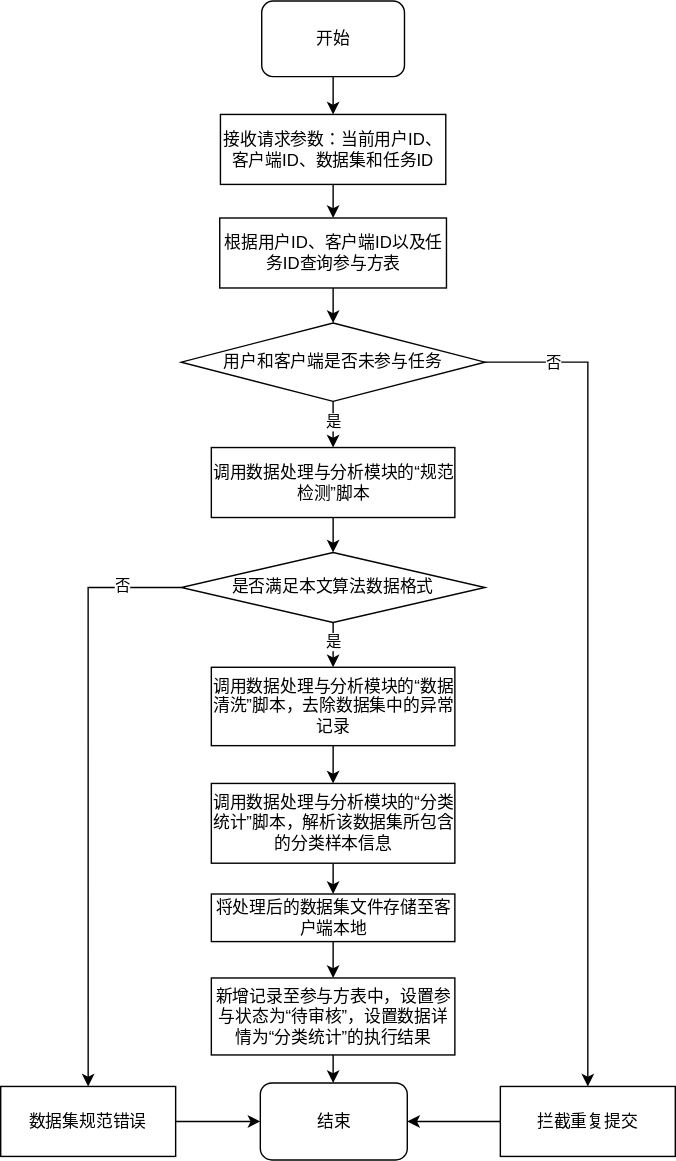
Before: 任务参与申请流程图.svg, a diagram exported from draw.io (hiro942/drawio). Source tidied: cells renumbered, new cells last; positions are measured from the earlier drawing's top-left corner, leaving out a move shared by most shapes.
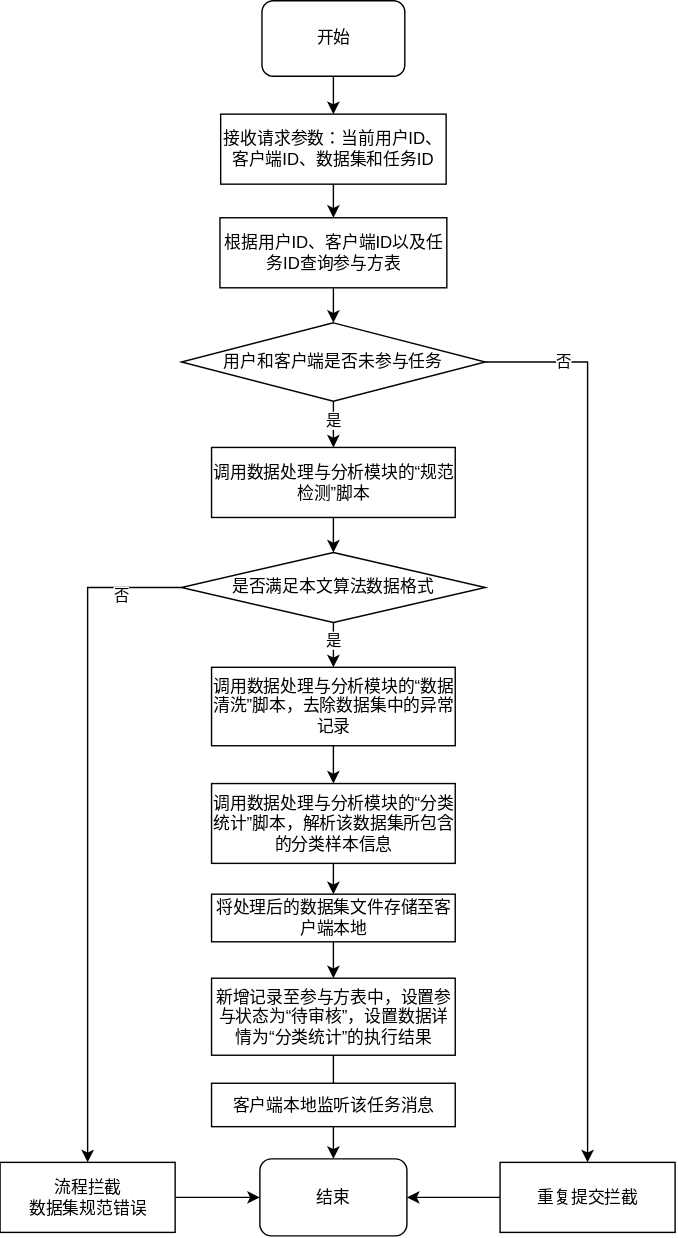
The same diagram one commit later.

Commit message:
更新任务参与申请流程图.svg

What changed in the source:
```diff
@@ -6,7 +6,7 @@
       <mxGeometry x="186.5" width="102" height="54" as="geometry" />
     </mxCell>
     <mxCell id="3" value="结束" style="rounded=1;whiteSpace=wrap;html=1;" parent="1" vertex="1">
-      <mxGeometry x="185.5" y="773" width="105" height="55" as="geometry" />
+      <mxGeometry x="185" y="827" width="105" height="55" as="geometry" />
     </mxCell>
     <mxCell id="4" style="edgeStyle=orthogonalEdgeStyle;rounded=0;jettySize=auto;html=1;entryX=0.5;entryY=0;entryDx=0;entryDy=0;" parent="1" edge="1" source="5" target="7">
       <mxGeometry relative="1" as="geometry" />
@@ -34,8 +34,8 @@
     <mxCell id="11" style="edgeStyle=orthogonalEdgeStyle;rounded=0;jettySize=auto;html=1;entryX=1;entryY=0.5;entryDx=0;entryDy=0;" parent="1" edge="1" source="12" target="3">
       <mxGeometry relative="1" as="geometry" />
     </mxCell>
-    <mxCell id="12" value="拦截重复提交" style="rounded=0;whiteSpace=wrap;html=1;" parent="1" vertex="1">
-      <mxGeometry x="357" y="775.5" width="125" height="50" as="geometry" />
+    <mxCell id="12" value="&lt;div&gt;重复提交拦截&lt;/div&gt;" style="rounded=0;whiteSpace=wrap;html=1;" parent="1" vertex="1">
+      <mxGeometry x="356.5" y="829.5" width="125" height="50" as="geometry" />
     </mxCell>
     <mxCell id="13" style="edgeStyle=orthogonalEdgeStyle;rounded=0;jettySize=auto;html=1;entryX=0.5;entryY=0;entryDx=0;entryDy=0;exitX=0.5;exitY=1;exitDx=0;exitDy=0;" parent="1" edge="1" source="10" target="16">
       <mxGeometry relative="1" as="geometry" />
@@ -82,8 +82,8 @@
     <mxCell id="25" style="edgeStyle=orthogonalEdgeStyle;rounded=0;jettySize=auto;html=1;entryX=0;entryY=0.5;entryDx=0;entryDy=0;" parent="1" edge="1" source="26" target="3">
       <mxGeometry relative="1" as="geometry" />
     </mxCell>
-    <mxCell id="26" value="数据集规范错误" style="rounded=0;whiteSpace=wrap;html=1;" parent="1" vertex="1">
-      <mxGeometry y="775.5" width="125" height="50" as="geometry" />
+    <mxCell id="26" value="&lt;div&gt;流程拦截&lt;/div&gt;数据集规范错误" style="rounded=0;whiteSpace=wrap;html=1;" parent="1" vertex="1">
+      <mxGeometry x="-0.5" y="829.5" width="125" height="50" as="geometry" />
     </mxCell>
     <mxCell id="27" style="edgeStyle=orthogonalEdgeStyle;rounded=0;jettySize=auto;html=1;entryX=0.5;entryY=0;entryDx=0;entryDy=0;" parent="1" edge="1" source="28" target="32">
       <mxGeometry relative="1" as="geometry" />
@@ -103,5 +103,8 @@
     <mxCell id="32" value="&lt;div&gt;&lt;div class=&quot;old-record-id-LYtkdE1FtoSKePxL3vwcexsDnGe&quot;&gt;将处理后的数据集文件存储至客户端本地&lt;/div&gt;&lt;/div&gt;&lt;span class=&quot;lark-record-clipboard&quot; data-lark-record-data=&quot;{&amp;quot;rootId&amp;quot;:&amp;quot;FCLBd7RBto6u3Fx47O4cMPaInDf&amp;quot;,&amp;quot;text&amp;quot;:{&amp;quot;initialAttributedTexts&amp;quot;:{&amp;quot;text&amp;quot;:{&amp;quot;0&amp;quot;:&amp;quot;数据处理与分析模块的“分类统计”脚本，解析出该数据集所包含的分类样本信息，并将分类统计的结果更新至该参与方表记录中。&amp;quot;},&amp;quot;attribs&amp;quot;:{&amp;quot;0&amp;quot;:&amp;quot;*0+1m&amp;quot;}},&amp;quot;apool&amp;quot;:{&amp;quot;numToAttrib&amp;quot;:{&amp;quot;0&amp;quot;:[&amp;quot;author&amp;quot;,&amp;quot;7052668583788167170&amp;quot;]},&amp;quot;nextNum&amp;quot;:1}},&amp;quot;type&amp;quot;:&amp;quot;text&amp;quot;,&amp;quot;referenceRecordMap&amp;quot;:{},&amp;quot;extra&amp;quot;:{&amp;quot;mention_page_title&amp;quot;:{},&amp;quot;external_mention_url&amp;quot;:{}},&amp;quot;isKeepQuoteContainer&amp;quot;:false,&amp;quot;isFromCode&amp;quot;:false,&amp;quot;selection&amp;quot;:[{&amp;quot;id&amp;quot;:656,&amp;quot;type&amp;quot;:&amp;quot;text&amp;quot;,&amp;quot;selection&amp;quot;:{&amp;quot;start&amp;quot;:2,&amp;quot;end&amp;quot;:60},&amp;quot;recordId&amp;quot;:&amp;quot;LYtkdE1FtoSKePxL3vwcexsDnGe&amp;quot;}],&amp;quot;payloadMap&amp;quot;:{},&amp;quot;isCut&amp;quot;:false}&quot;&gt;&lt;/span&gt;" style="rounded=0;whiteSpace=wrap;html=1;" parent="1" vertex="1">
       <mxGeometry x="150.5" y="638" width="174" height="34" as="geometry" />
     </mxCell>
+    <mxCell id="33" value="&lt;div&gt;&lt;div class=&quot;old-record-id-LYtkdE1FtoSKePxL3vwcexsDnGe&quot;&gt;客户端本地监听该任务消息&lt;/div&gt;&lt;/div&gt;&lt;span class=&quot;lark-record-clipboard&quot; data-lark-record-data=&quot;{&amp;quot;rootId&amp;quot;:&amp;quot;FCLBd7RBto6u3Fx47O4cMPaInDf&amp;quot;,&amp;quot;text&amp;quot;:{&amp;quot;initialAttributedTexts&amp;quot;:{&amp;quot;text&amp;quot;:{&amp;quot;0&amp;quot;:&amp;quot;数据处理与分析模块的“分类统计”脚本，解析出该数据集所包含的分类样本信息，并将分类统计的结果更新至该参与方表记录中。&amp;quot;},&amp;quot;attribs&amp;quot;:{&amp;quot;0&amp;quot;:&amp;quot;*0+1m&amp;quot;}},&amp;quot;apool&amp;quot;:{&amp;quot;numToAttrib&amp;quot;:{&amp;quot;0&amp;quot;:[&amp;quot;author&amp;quot;,&amp;quot;7052668583788167170&amp;quot;]},&amp;quot;nextNum&amp;quot;:1}},&amp;quot;type&amp;quot;:&amp;quot;text&amp;quot;,&amp;quot;referenceRecordMap&amp;quot;:{},&amp;quot;extra&amp;quot;:{&amp;quot;mention_page_title&amp;quot;:{},&amp;quot;external_mention_url&amp;quot;:{}},&amp;quot;isKeepQuoteContainer&amp;quot;:false,&amp;quot;isFromCode&amp;quot;:false,&amp;quot;selection&amp;quot;:[{&amp;quot;id&amp;quot;:656,&amp;quot;type&amp;quot;:&amp;quot;text&amp;quot;,&amp;quot;selection&amp;quot;:{&amp;quot;start&amp;quot;:2,&amp;quot;end&amp;quot;:60},&amp;quot;recordId&amp;quot;:&amp;quot;LYtkdE1FtoSKePxL3vwcexsDnGe&amp;quot;}],&amp;quot;payloadMap&amp;quot;:{},&amp;quot;isCut&amp;quot;:false}&quot;&gt;&lt;/span&gt;" style="rounded=0;whiteSpace=wrap;html=1;" parent="1" vertex="1">
+      <mxGeometry x="150.5" y="773" width="174" height="31" as="geometry" />
+    </mxCell>
   </root>
 </mxGraphModel>
```
